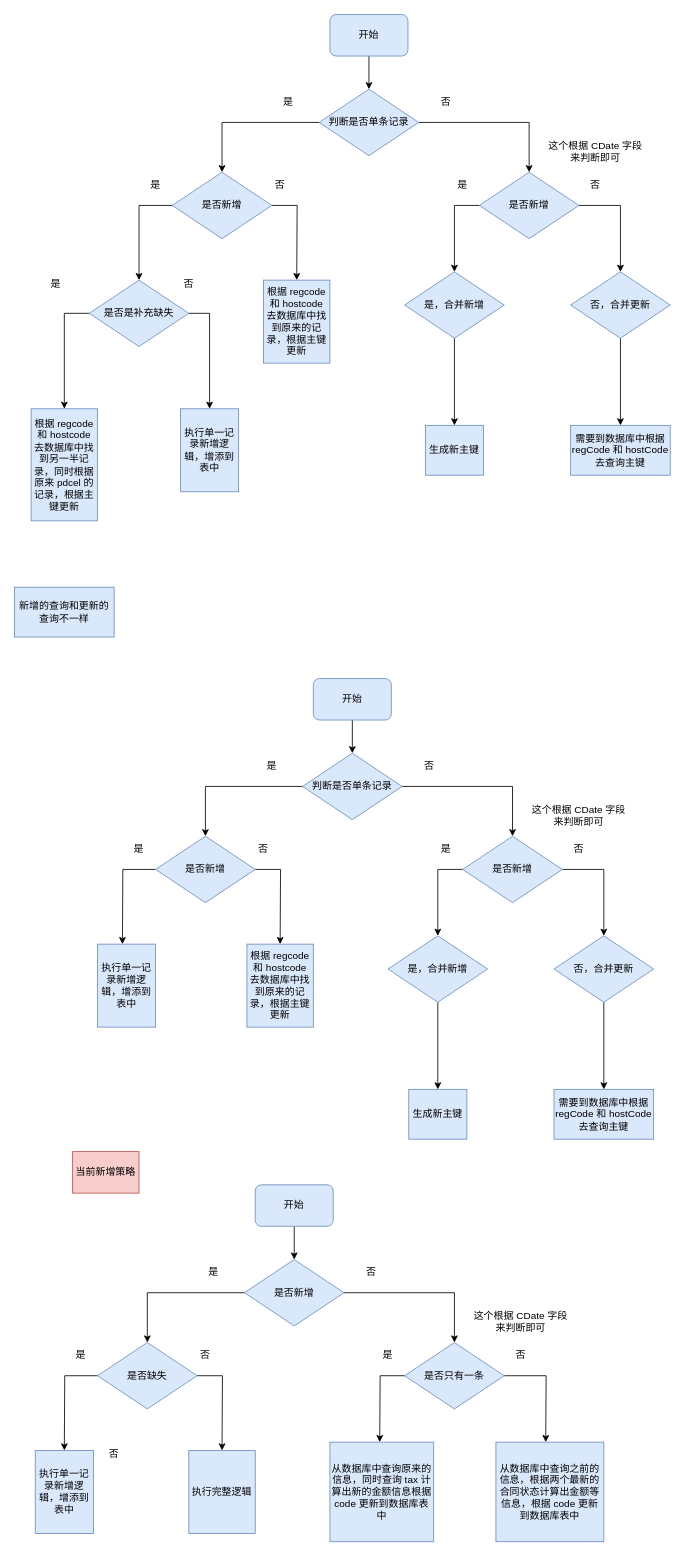
Earlier version of the draw.io diagram 未命名绘图.drawio (atmrrr/drawio2). Source tidied: cells renumbered, new cells numbered last; positions are measured from the earlier drawing's top-left corner, leaving out a move shared by most shapes. Both pictures are drawn from the tidied source at 83%, with x=0, y=0 at pixel (14, 14).
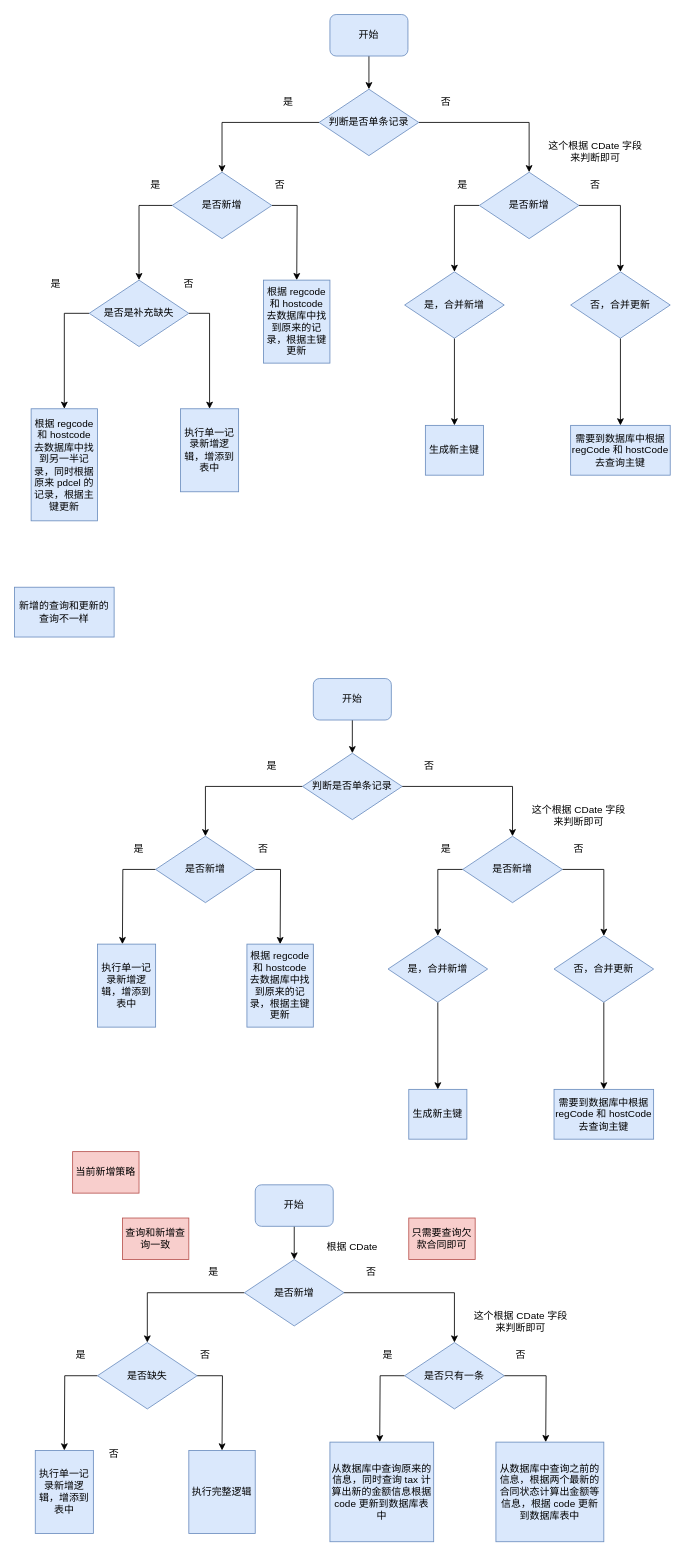
Above is the later version.

Commit message:
更新未命名绘图.drawio

Change to the diagram source:
```diff
@@
+    <mxCell id="85" value="根据 CDate" style="text;html=1;whiteSpace=wrap;strokeColor=none;fillColor=none;align=center;verticalAlign=middle;rounded=0;" parent="1" vertex="1">
+      <mxGeometry x="367" y="1470" width="80" height="30" as="geometry" />
+    </mxCell>
+    <mxCell id="86" value="查询和新增查询一致" style="whiteSpace=wrap;html=1;fillColor=#f8cecc;strokeColor=#b85450;" parent="1" vertex="1">
+      <mxGeometry x="130" y="1450" width="80" height="50" as="geometry" />
+    </mxCell>
+    <mxCell id="87" value="只需要查询欠款合同即可" style="whiteSpace=wrap;html=1;fillColor=#f8cecc;strokeColor=#b85450;" parent="1" vertex="1">
+      <mxGeometry x="475" y="1450" width="80" height="50" as="geometry" />
+    </mxCell>
```
